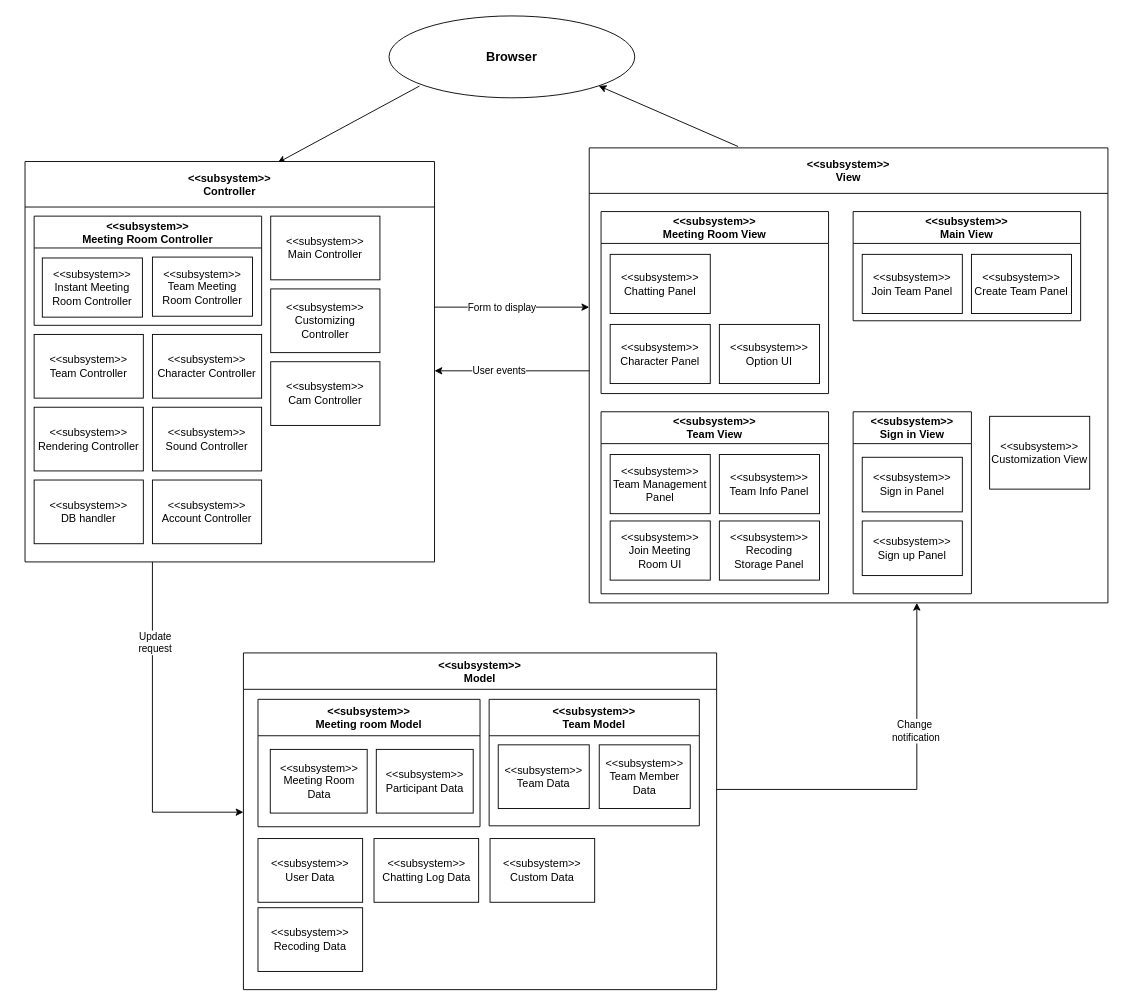
This is MVC_pattern.drawio from ONFFLine/Diagram, a draw.io file, before an edit. Source tidied: cells renumbered, new cells numbered last; positions are measured from the earlier drawing's top-left corner, leaving out a move shared by most shapes. Both pictures are drawn from the tidied source at 91%, with x=0, y=0 at pixel (25, 15).
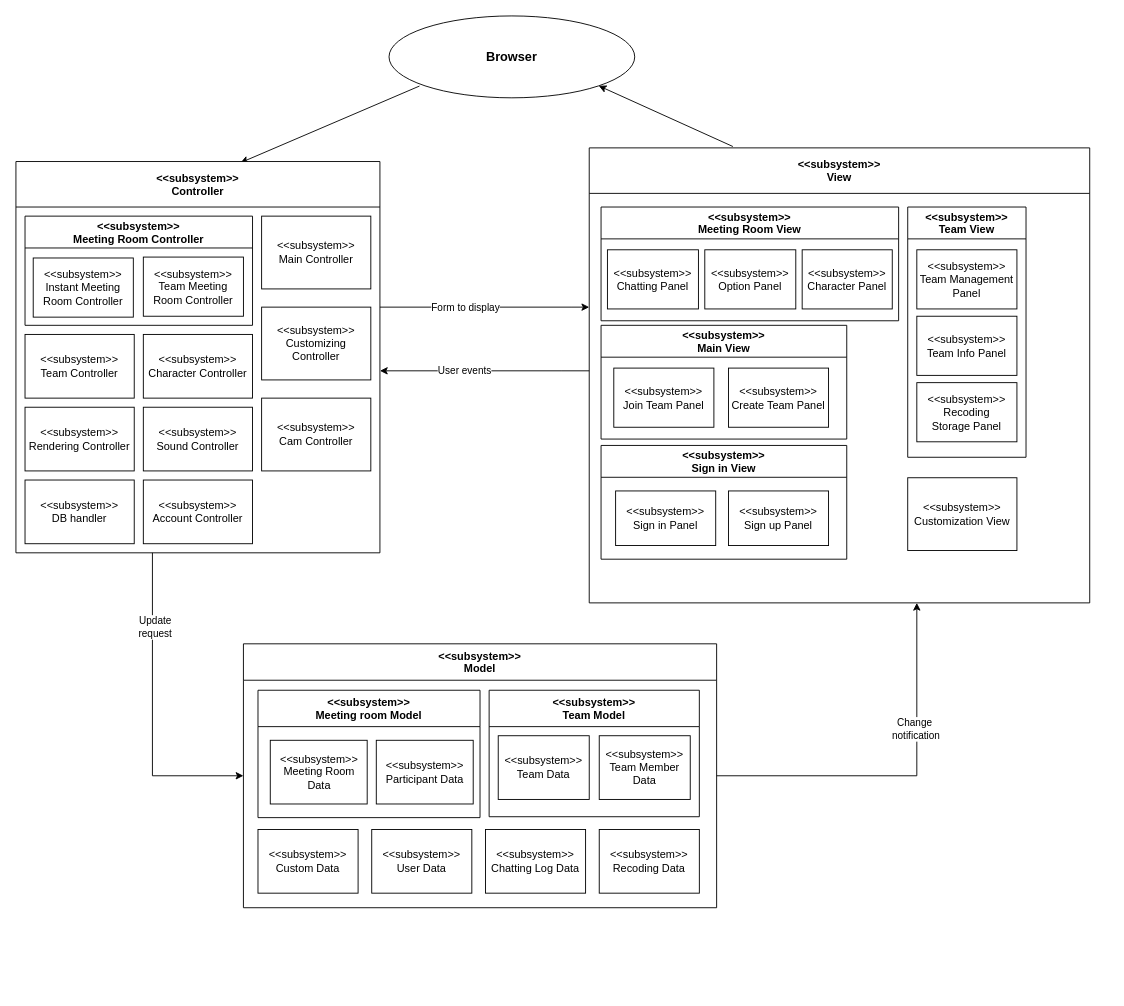
The same page after the edit.

Change to the diagram source:
```diff
@@
     <mxCell id="5" style="edgeStyle=orthogonalEdgeStyle;rounded=0;jettySize=auto;html=1;" parent="1" edge="1" source="9" target="48">
       <mxGeometry relative="1" as="geometry">
         <Array as="points">
-          <mxPoint x="140" y="875" />
+          <mxPoint x="140" y="835" />
         </Array>
       </mxGeometry>
     </mxCell>
@@
     <mxCell id="9" value="&lt;&lt;subsystem&gt;&gt;&#10;Controller" style="swimlane;startSize=50;" parent="1" vertex="1">
-      <mxGeometry y="160" width="450" height="440" as="geometry" />
+      <mxGeometry x="-10" y="160" width="400" height="430" as="geometry" />
     </mxCell>
@@
     <mxCell id="11" value="&amp;lt;&amp;lt;subsystem&amp;gt;&amp;gt;&lt;br&gt;Cam Controller" style="whiteSpace=wrap;html=1;" parent="9" vertex="1">
-      <mxGeometry x="270" y="220" width="120" height="70" as="geometry" />
+      <mxGeometry x="270" y="260" width="120" height="80" as="geometry" />
     </mxCell>
@@
     <mxCell id="13" value="&amp;lt;&amp;lt;subsystem&amp;gt;&amp;gt;&lt;br&gt;Customizing Controller" style="whiteSpace=wrap;html=1;" parent="9" vertex="1">
-      <mxGeometry x="270" y="140" width="120" height="70" as="geometry" />
+      <mxGeometry x="270" y="160" width="120" height="80" as="geometry" />
     </mxCell>
     <mxCell id="14" value="&amp;lt;&amp;lt;subsystem&amp;gt;&amp;gt;&lt;br&gt;Main Controller" style="whiteSpace=wrap;html=1;" parent="9" vertex="1">
-      <mxGeometry x="270" y="60" width="120" height="70" as="geometry" />
+      <mxGeometry x="270" y="60" width="120" height="80" as="geometry" />
     </mxCell>
@@
     <mxCell id="25" value="&lt;&lt;subsystem&gt;&gt;&#10;View" style="swimlane;startSize=50;" parent="1" vertex="1">
-      <mxGeometry x="620" y="145" width="570" height="500" as="geometry" />
+      <mxGeometry x="620" y="145" width="550" height="500" as="geometry" />
     </mxCell>
     <mxCell id="26" value="&lt;&lt;subsystem&gt;&gt;&#10;Meeting Room View" style="swimlane;startSize=35;" parent="25" vertex="1">
-      <mxGeometry x="13" y="70" width="250" height="200" as="geometry" />
+      <mxGeometry x="13" y="65" width="327" height="125" as="geometry" />
     </mxCell>
     <mxCell id="27" value="&amp;lt;&amp;lt;subsystem&amp;gt;&amp;gt;&lt;br&gt;Chatting Panel" style="whiteSpace=wrap;html=1;" parent="26" vertex="1">
-      <mxGeometry x="10" y="47" width="110" height="65" as="geometry" />
+      <mxGeometry x="7" y="47" width="100" height="65" as="geometry" />
     </mxCell>
@@
     <mxCell id="29" value="&amp;lt;&amp;lt;subsystem&amp;gt;&amp;gt;&lt;br&gt;Character Panel" style="whiteSpace=wrap;html=1;" parent="26" vertex="1">
-      <mxGeometry x="10" y="124" width="110" height="65" as="geometry" />
+      <mxGeometry x="221" y="47" width="99" height="65" as="geometry" />
     </mxCell>
-    <mxCell id="30" value="&amp;lt;&amp;lt;subsystem&amp;gt;&amp;gt;&lt;br&gt;Option UI" style="whiteSpace=wrap;html=1;" parent="26" vertex="1">
-      <mxGeometry x="130" y="124" width="110" height="65" as="geometry" />
+    <mxCell id="30" value="&amp;lt;&amp;lt;subsystem&amp;gt;&amp;gt;&lt;br&gt;Option Panel" style="whiteSpace=wrap;html=1;" parent="26" vertex="1">
+      <mxGeometry x="114" y="47" width="100" height="65" as="geometry" />
     </mxCell>
-    <mxCell id="31" value="&amp;lt;&amp;lt;subsystem&amp;gt;&amp;gt;&lt;br&gt;Customization View" style="whiteSpace=wrap;html=1;" parent="25" vertex="1">
-      <mxGeometry x="440" y="295" width="110" height="80" as="geometry" />
-    </mxCell>
+    <mxCell id="38" value="&lt;&lt;subsystem&gt;&gt;&#10;Main View" style="swimlane;startSize=35;" parent="25" vertex="1">
+      <mxGeometry x="13" y="195" width="270" height="125" as="geometry" />
+    </mxCell>
+    <mxCell id="39" value="&amp;lt;&amp;lt;subsystem&amp;gt;&amp;gt;&lt;br&gt;Join Team Panel" style="whiteSpace=wrap;html=1;" parent="38" vertex="1">
+      <mxGeometry x="14" y="47" width="110" height="65" as="geometry" />
+    </mxCell>
+    <mxCell id="40" style="edgeStyle=none;orthogonalLoop=1;jettySize=auto;html=1;exitX=1;exitY=0.5;exitDx=0;exitDy=0;" parent="38" edge="1" source="39" target="39">
+      <mxGeometry relative="1" as="geometry" />
+    </mxCell>
+    <mxCell id="41" value="&amp;lt;&amp;lt;subsystem&amp;gt;&amp;gt;&lt;br&gt;Create Team Panel" style="whiteSpace=wrap;html=1;" parent="38" vertex="1">
+      <mxGeometry x="140" y="47" width="110" height="65" as="geometry" />
+    </mxCell>
     <mxCell id="32" value="&lt;&lt;subsystem&gt;&gt;&#10;Team View" style="swimlane;startSize=35;" parent="25" vertex="1">
-      <mxGeometry x="13" y="290" width="250" height="200" as="geometry" />
+      <mxGeometry x="350" y="65" width="130" height="275" as="geometry" />
     </mxCell>
@@
     <mxCell id="35" value="&amp;lt;&amp;lt;subsystem&amp;gt;&amp;gt;&lt;br&gt;Team Info Panel" style="whiteSpace=wrap;html=1;" parent="32" vertex="1">
-      <mxGeometry x="130" y="47" width="110" height="65" as="geometry" />
+      <mxGeometry x="10" y="120" width="110" height="65" as="geometry" />
     </mxCell>
-    <mxCell id="36" value="&amp;lt;&amp;lt;subsystem&amp;gt;&amp;gt;&lt;br&gt;Join Meeting &lt;br&gt;Room UI" style="whiteSpace=wrap;html=1;" parent="32" vertex="1">
-      <mxGeometry x="10" y="120" width="110" height="65" as="geometry" />
-    </mxCell>
     <mxCell id="37" value="&amp;lt;&amp;lt;subsystem&amp;gt;&amp;gt;&lt;br&gt;Recoding &lt;br&gt;Storage Panel" style="whiteSpace=wrap;html=1;" parent="32" vertex="1">
-      <mxGeometry x="130" y="120" width="110" height="65" as="geometry" />
+      <mxGeometry x="10" y="193" width="110" height="65" as="geometry" />
     </mxCell>
-    <mxCell id="38" value="&lt;&lt;subsystem&gt;&gt;&#10;Main View" style="swimlane;startSize=35;" parent="25" vertex="1">
-      <mxGeometry x="290" y="70" width="250" height="120" as="geometry" />
-    </mxCell>
-    <mxCell id="39" value="&amp;lt;&amp;lt;subsystem&amp;gt;&amp;gt;&lt;br&gt;Join Team Panel" style="whiteSpace=wrap;html=1;" parent="38" vertex="1">
-      <mxGeometry x="10" y="47" width="110" height="65" as="geometry" />
-    </mxCell>
-    <mxCell id="40" style="edgeStyle=none;orthogonalLoop=1;jettySize=auto;html=1;exitX=1;exitY=0.5;exitDx=0;exitDy=0;" parent="38" edge="1" source="39" target="39">
-      <mxGeometry relative="1" as="geometry" />
-    </mxCell>
-    <mxCell id="41" value="&amp;lt;&amp;lt;subsystem&amp;gt;&amp;gt;&lt;br&gt;Create Team Panel" style="whiteSpace=wrap;html=1;" parent="38" vertex="1">
-      <mxGeometry x="130" y="47" width="110" height="65" as="geometry" />
-    </mxCell>
     <mxCell id="42" value="&lt;&lt;subsystem&gt;&gt;&#10;Sign in View" style="swimlane;startSize=35;" parent="25" vertex="1">
-      <mxGeometry x="290" y="290" width="130" height="200" as="geometry" />
+      <mxGeometry x="13" y="327" width="270" height="125" as="geometry" />
     </mxCell>
@@
     <mxCell id="44" value="&amp;lt;&amp;lt;subsystem&amp;gt;&amp;gt;&lt;br&gt;Sign in Panel" style="whiteSpace=wrap;html=1;" parent="42" vertex="1">
-      <mxGeometry x="10" y="50" width="110" height="60" as="geometry" />
+      <mxGeometry x="16" y="50" width="110" height="60" as="geometry" />
     </mxCell>
     <mxCell id="45" value="&amp;lt;&amp;lt;subsystem&amp;gt;&amp;gt;&lt;br&gt;Sign up Panel" style="whiteSpace=wrap;html=1;" parent="42" vertex="1">
-      <mxGeometry x="10" y="120" width="110" height="60" as="geometry" />
+      <mxGeometry x="140" y="50" width="110" height="60" as="geometry" />
     </mxCell>
+    <mxCell id="31" value="&amp;lt;&amp;lt;subsystem&amp;gt;&amp;gt;&lt;br&gt;Customization View" style="whiteSpace=wrap;html=1;" parent="25" vertex="1">
+      <mxGeometry x="350" y="362.5" width="120" height="80" as="geometry" />
+    </mxCell>
     <mxCell id="46" style="edgeStyle=orthogonalEdgeStyle;rounded=0;jettySize=auto;html=1;" parent="1" edge="1" source="48" target="25">
       <mxGeometry relative="1" as="geometry">
         <Array as="points">
-          <mxPoint x="980" y="850" />
+          <mxPoint x="980" y="835" />
         </Array>
       </mxGeometry>
     </mxCell>
@@
     <mxCell id="48" value="&lt;&lt;subsystem&gt;&gt;&#10;Model" style="swimlane;startSize=40;" parent="1" vertex="1">
-      <mxGeometry x="240" y="700" width="520" height="370" as="geometry" />
+      <mxGeometry x="240" y="690" width="520" height="290" as="geometry" />
     </mxCell>
-    <mxCell id="49" value="&amp;lt;&amp;lt;subsystem&amp;gt;&amp;gt;&lt;br&gt;User Data" style="whiteSpace=wrap;html=1;" parent="48" vertex="1">
-      <mxGeometry x="16" y="204" width="115" height="70" as="geometry" />
-    </mxCell>
@@
-    <mxCell id="54" value="&amp;lt;&amp;lt;subsystem&amp;gt;&amp;gt;&lt;br&gt;Chatting Log Data" style="whiteSpace=wrap;html=1;" parent="48" vertex="1">
-      <mxGeometry x="143.5" y="204" width="115" height="70" as="geometry" />
-    </mxCell>
-    <mxCell id="55" value="&amp;lt;&amp;lt;subsystem&amp;gt;&amp;gt;&lt;br&gt;Custom Data" style="whiteSpace=wrap;html=1;" parent="48" vertex="1">
-      <mxGeometry x="271" y="204" width="115" height="70" as="geometry" />
+    <mxCell id="55" value="&amp;lt;&amp;lt;subsystem&amp;gt;&amp;gt;&lt;br&gt;Recoding Data" style="whiteSpace=wrap;html=1;" parent="48" vertex="1">
+      <mxGeometry x="391" y="204" width="110" height="70" as="geometry" />
     </mxCell>
-    <mxCell id="56" value="&amp;lt;&amp;lt;subsystem&amp;gt;&amp;gt;&lt;br&gt;Recoding Data" style="whiteSpace=wrap;html=1;" parent="48" vertex="1">
-      <mxGeometry x="16" y="280" width="115" height="70" as="geometry" />
-    </mxCell>
@@
+    <mxCell id="54" value="&amp;lt;&amp;lt;subsystem&amp;gt;&amp;gt;&lt;br&gt;Chatting Log Data" style="whiteSpace=wrap;html=1;" parent="48" vertex="1">
+      <mxGeometry x="266" y="204" width="110" height="70" as="geometry" />
+    </mxCell>
+    <mxCell id="61" value="&amp;lt;&amp;lt;subsystem&amp;gt;&amp;gt;&lt;br&gt;Custom Data" style="whiteSpace=wrap;html=1;" parent="48" vertex="1">
+      <mxGeometry x="16" y="204" width="110" height="70" as="geometry" />
+    </mxCell>
+    <mxCell id="49" value="&amp;lt;&amp;lt;subsystem&amp;gt;&amp;gt;&lt;br&gt;User Data" style="whiteSpace=wrap;html=1;" parent="48" vertex="1">
+      <mxGeometry x="141" y="204" width="110" height="70" as="geometry" />
+    </mxCell>
```
